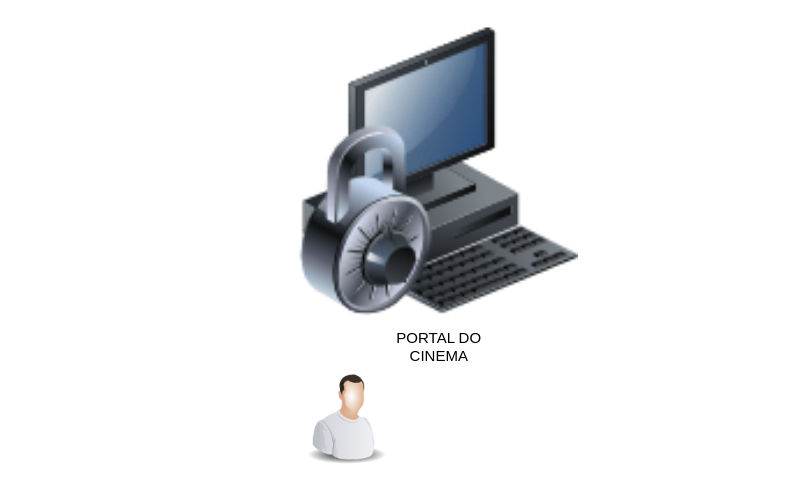
Before: software arch 0114.drawio in lariadeoliveira/softwarearch01114, a draw.io diagram. Source tidied: cells renumbered, new cells numbered last; positions are measured from the earlier drawing's top-left corner, leaving out a move shared by most shapes. Both pictures are drawn from the tidied source at 125%, with x=0, y=0 at pixel (258, 28).
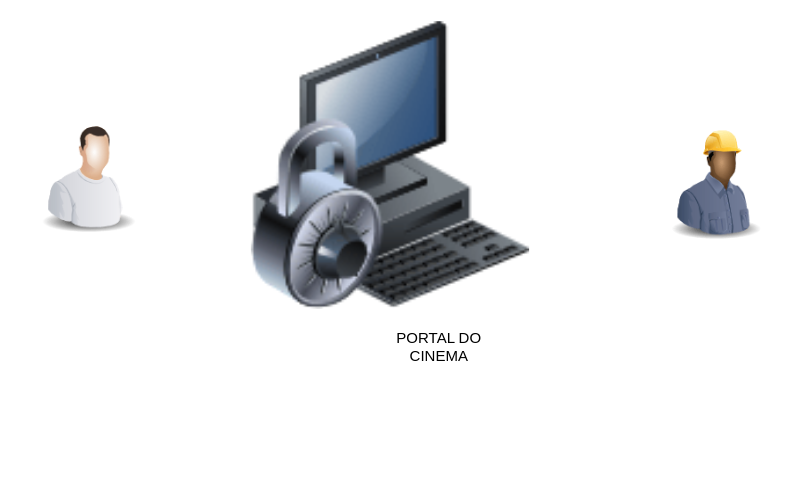
The same diagram, later.

Diff of the diagram source:
```diff
@@
 <mxGraphModel>
   <root>
     <mxCell id="0" />
     <mxCell id="1" parent="0" />
     <mxCell id="2" style="image;html=1;image=img/lib/clip_art/computers/Secure_System_128x128.png;fontStyle=0;" parent="1" vertex="1">
-      <mxGeometry width="290" height="230" as="geometry" />
+      <mxGeometry x="-39" y="-5" width="290" height="230" as="geometry" />
     </mxCell>
     <mxCell id="3" value="PORTAL DO CINEMA" style="text;strokeColor=none;align=center;fillColor=none;html=1;verticalAlign=middle;whiteSpace=wrap;rounded=0;" parent="1" vertex="1">
       <mxGeometry x="97" y="240" width="96" height="30" as="geometry" />
     </mxCell>
     <mxCell id="4" style="image;html=1;image=img/lib/clip_art/people/Worker_Man_128x128.png;" parent="1" vertex="1">
-      <mxGeometry x="31" y="270" width="80" height="80" as="geometry" />
+      <mxGeometry x="-189" y="70" width="107" height="95.1" as="geometry" />
     </mxCell>
+    <mxCell id="5" style="image;html=1;image=img/lib/clip_art/people/Construction_Worker_Man_Black_128x128.png;" parent="1" vertex="1">
+      <mxGeometry x="321" y="60" width="91" height="130" as="geometry" />
+    </mxCell>
   </root>
 </mxGraphModel>
```
